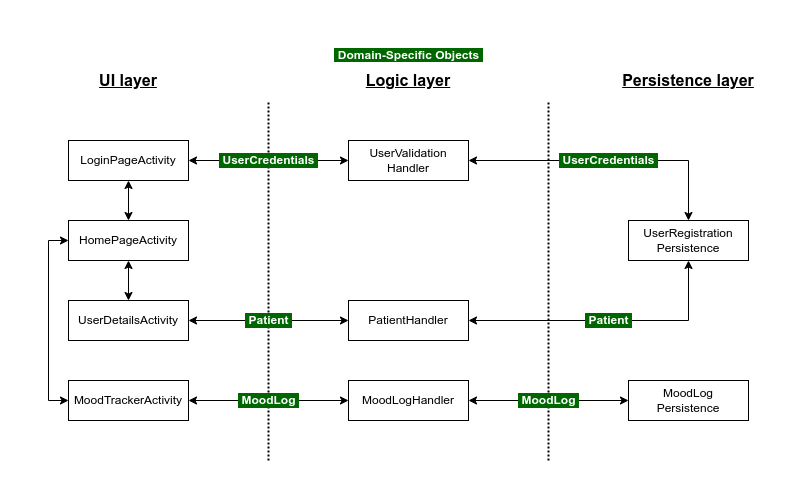
This is docs/architecture-1.png from alveejawad/WellSync, a draw.io export, as it was before one commit. Source tidied: cells renumbered, new cells last; positions are measured from the earlier drawing's top-left corner, leaving out a move shared by most shapes.
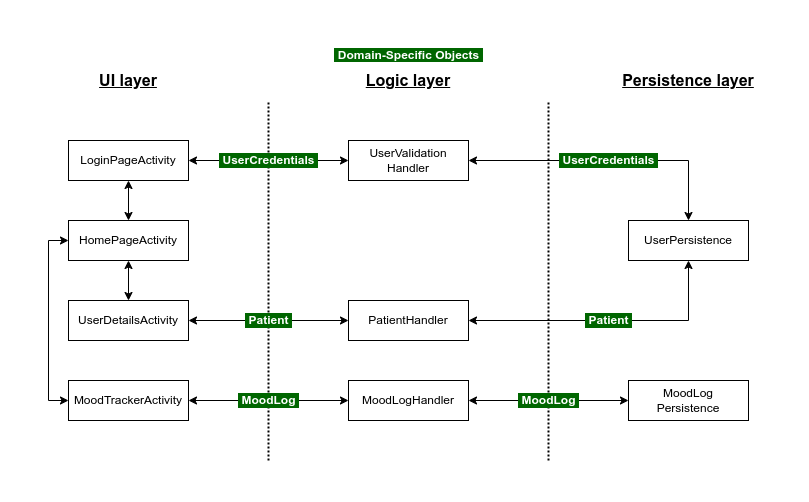
Above is the later version.

Commit message:
Updated architecture diagram

Diff of the diagram source:
```diff
@@ -62,7 +62,7 @@
     <mxCell id="19" value="MoodLogHandler" style="rounded=0;whiteSpace=wrap;html=1;" parent="1" vertex="1">
       <mxGeometry x="280" y="340" width="120" height="40" as="geometry" />
     </mxCell>
-    <mxCell id="20" value="UserRegistration&lt;br&gt;Persistence" style="rounded=0;whiteSpace=wrap;html=1;" parent="1" vertex="1">
+    <mxCell id="20" value="UserPersistence" style="rounded=0;whiteSpace=wrap;html=1;" parent="1" vertex="1">
       <mxGeometry x="560" y="180" width="120" height="40" as="geometry" />
     </mxCell>
     <mxCell id="21" value="MoodLog&lt;br&gt;Persistence" style="rounded=0;whiteSpace=wrap;html=1;" parent="1" vertex="1">
```
